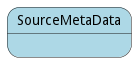
Above: docs/edgemere/diml/dml/fmdm/models/sourcemetadata/statenet.png in madajaju/edgemere (PlantUML), before the change. Source of this version:
```plantuml
@startuml



state SourceMetaData #lightblue {




}


@enduml
```
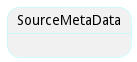
After the commit.

Change to the diagram source:
```diff
@@ -2,7 +2,7 @@
 
 
 
-state SourceMetaData #lightblue {
+state SourceMetaData ##aaffff {
 
 
 
```
